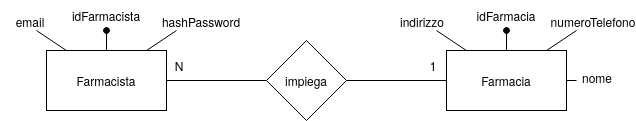
emanueledibella/Progetto-ing.-del-software keeps this draw.io diagram as Database/DatabaseFarmacia.drawio.png. Above is the earlier version. Source tidied: cells renumbered, new cells last; positions are measured from the earlier drawing's top-left corner, leaving out a move shared by most shapes. The source it was exported from:
```xml
<mxGraphModel background="#ffffff">
  <root>
    <mxCell id="0" />
    <mxCell id="1" parent="0" />
    <mxCell id="2" style="edgeStyle=orthogonalEdgeStyle;rounded=0;jettySize=auto;html=1;endArrow=none;endFill=0;" parent="1" edge="1" source="3" target="6">
      <mxGeometry relative="1" as="geometry" />
    </mxCell>
    <mxCell id="3" value="&lt;div&gt;Farmacista&lt;/div&gt;" style="rounded=0;whiteSpace=wrap;html=1;" parent="1" vertex="1">
      <mxGeometry x="46" y="50" width="120" height="60" as="geometry" />
    </mxCell>
    <mxCell id="4" value="Farmacia" style="rounded=0;whiteSpace=wrap;html=1;" parent="1" vertex="1">
      <mxGeometry x="446" y="50" width="120" height="60" as="geometry" />
    </mxCell>
    <mxCell id="5" style="edgeStyle=orthogonalEdgeStyle;rounded=0;jettySize=auto;html=1;endArrow=none;endFill=0;" parent="1" edge="1" source="6" target="4">
      <mxGeometry relative="1" as="geometry" />
    </mxCell>
    <mxCell id="6" value="impiega" style="rhombus;whiteSpace=wrap;html=1;" parent="1" vertex="1">
      <mxGeometry x="266" y="40" width="80" height="80" as="geometry" />
    </mxCell>
    <mxCell id="7" style="endArrow=oval;html=1;rounded=0;exitX=0.25;exitY=0;exitDx=0;exitDy=0;endFill=1;" parent="1" edge="1">
      <mxGeometry relative="1" as="geometry">
        <mxPoint x="506" y="50" as="sourcePoint" />
        <mxPoint x="506" y="30" as="targetPoint" />
      </mxGeometry>
    </mxCell>
    <mxCell id="8" value="idFarmacia" style="text;html=1;strokeColor=none;fillColor=none;align=center;verticalAlign=middle;whiteSpace=wrap;rounded=0;" parent="1" vertex="1">
      <mxGeometry x="476" width="60" height="30" as="geometry" />
    </mxCell>
    <mxCell id="9" style="endArrow=none;html=1;rounded=0;exitX=0.167;exitY=0.002;exitDx=0;exitDy=0;exitPerimeter=0;" parent="1" edge="1" source="4">
      <mxGeometry relative="1" as="geometry">
        <mxPoint x="436" y="30" as="targetPoint" />
      </mxGeometry>
    </mxCell>
    <mxCell id="10" value="indirizzo" style="text;html=1;strokeColor=none;fillColor=none;align=center;verticalAlign=middle;whiteSpace=wrap;rounded=0;" parent="1" vertex="1">
      <mxGeometry x="392" y="6" width="60" height="30" as="geometry" />
    </mxCell>
    <mxCell id="11" style="endArrow=none;html=1;rounded=0;" parent="1" edge="1">
      <mxGeometry relative="1" as="geometry">
        <mxPoint x="546" y="50" as="sourcePoint" />
        <mxPoint x="576" y="30" as="targetPoint" />
      </mxGeometry>
    </mxCell>
    <mxCell id="12" value="numeroTelefono" style="text;html=1;strokeColor=none;fillColor=none;align=center;verticalAlign=middle;whiteSpace=wrap;rounded=0;" parent="1" vertex="1">
      <mxGeometry x="563" y="6" width="60" height="30" as="geometry" />
    </mxCell>
    <mxCell id="13" style="endArrow=oval;html=1;rounded=0;exitX=0.25;exitY=0;exitDx=0;exitDy=0;endFill=1;" parent="1" edge="1">
      <mxGeometry relative="1" as="geometry">
        <mxPoint x="106" y="50" as="sourcePoint" />
        <mxPoint x="106" y="30" as="targetPoint" />
      </mxGeometry>
    </mxCell>
    <mxCell id="14" value="idFarmacista" style="text;html=1;strokeColor=none;fillColor=none;align=center;verticalAlign=middle;whiteSpace=wrap;rounded=0;" parent="1" vertex="1">
      <mxGeometry x="76" width="60" height="30" as="geometry" />
    </mxCell>
    <mxCell id="15" style="endArrow=none;html=1;rounded=0;exitX=0.167;exitY=0.002;exitDx=0;exitDy=0;exitPerimeter=0;" parent="1" edge="1">
      <mxGeometry relative="1" as="geometry">
        <mxPoint x="66" y="50.1" as="sourcePoint" />
        <mxPoint x="36" y="30" as="targetPoint" />
      </mxGeometry>
    </mxCell>
    <mxCell id="16" value="email" style="text;html=1;strokeColor=none;fillColor=none;align=center;verticalAlign=middle;whiteSpace=wrap;rounded=0;" parent="1" vertex="1">
      <mxGeometry y="6" width="60" height="30" as="geometry" />
    </mxCell>
    <mxCell id="17" style="endArrow=none;html=1;rounded=0;" parent="1" edge="1">
      <mxGeometry relative="1" as="geometry">
        <mxPoint x="146" y="50" as="sourcePoint" />
        <mxPoint x="176" y="30" as="targetPoint" />
      </mxGeometry>
    </mxCell>
    <mxCell id="18" value="hashPassword" style="text;html=1;strokeColor=none;fillColor=none;align=center;verticalAlign=middle;whiteSpace=wrap;rounded=0;" parent="1" vertex="1">
      <mxGeometry x="171" y="6" width="60" height="30" as="geometry" />
    </mxCell>
    <mxCell id="19" value="N" style="text;html=1;strokeColor=none;fillColor=none;align=center;verticalAlign=middle;whiteSpace=wrap;rounded=0;" parent="1" vertex="1">
      <mxGeometry x="149" y="50" width="60" height="30" as="geometry" />
    </mxCell>
    <mxCell id="20" value="1" style="text;html=1;strokeColor=none;fillColor=none;align=center;verticalAlign=middle;whiteSpace=wrap;rounded=0;" parent="1" vertex="1">
      <mxGeometry x="403" y="50" width="60" height="30" as="geometry" />
    </mxCell>
    <mxCell id="21" style="endArrow=none;html=1;rounded=0;exitX=1;exitY=0.5;exitDx=0;exitDy=0;" parent="1" edge="1" source="4">
      <mxGeometry relative="1" as="geometry">
        <mxPoint x="576" y="80" as="targetPoint" />
      </mxGeometry>
    </mxCell>
    <mxCell id="22" value="nome" style="text;html=1;strokeColor=none;fillColor=none;align=center;verticalAlign=middle;whiteSpace=wrap;rounded=0;" parent="1" vertex="1">
      <mxGeometry x="567" y="62" width="60" height="30" as="geometry" />
    </mxCell>
  </root>
</mxGraphModel>
```
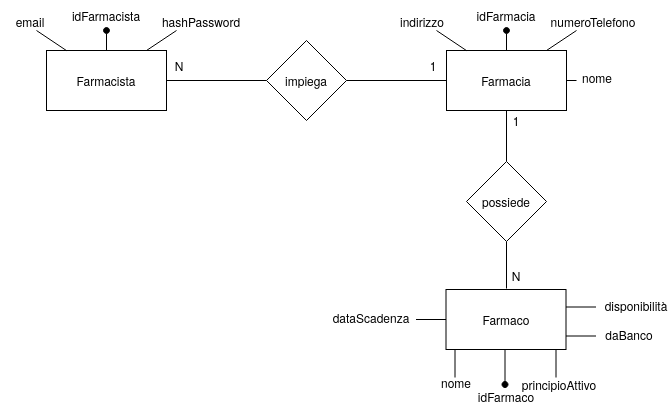
Later version of the same file.

Change to the diagram source:
```diff
@@ -84,5 +84,79 @@
     <mxCell id="22" value="nome" style="text;html=1;strokeColor=none;fillColor=none;align=center;verticalAlign=middle;whiteSpace=wrap;rounded=0;" parent="1" vertex="1">
       <mxGeometry x="567" y="62" width="60" height="30" as="geometry" />
     </mxCell>
+    <mxCell id="23" style="edgeStyle=orthogonalEdgeStyle;rounded=0;jettySize=auto;html=1;endArrow=none;endFill=0;" parent="1" edge="1" source="25">
+      <mxGeometry relative="1" as="geometry">
+        <mxPoint x="506" y="288" as="targetPoint" />
+      </mxGeometry>
+    </mxCell>
+    <mxCell id="24" style="edgeStyle=orthogonalEdgeStyle;rounded=0;jettySize=auto;html=1;endArrow=none;endFill=0;" parent="1" edge="1" source="25" target="4">
+      <mxGeometry relative="1" as="geometry" />
+    </mxCell>
+    <mxCell id="25" value="&lt;div&gt;possiede&lt;/div&gt;" style="rhombus;whiteSpace=wrap;html=1;" parent="1" vertex="1">
+      <mxGeometry x="466" y="161" width="80" height="80" as="geometry" />
+    </mxCell>
+    <mxCell id="26" value="1" style="text;html=1;strokeColor=none;fillColor=none;align=center;verticalAlign=middle;whiteSpace=wrap;rounded=0;" parent="1" vertex="1">
+      <mxGeometry x="486" y="105" width="60" height="30" as="geometry" />
+    </mxCell>
+    <mxCell id="27" value="N" style="text;html=1;strokeColor=none;fillColor=none;align=center;verticalAlign=middle;whiteSpace=wrap;rounded=0;" parent="1" vertex="1">
+      <mxGeometry x="486" y="260" width="60" height="30" as="geometry" />
+    </mxCell>
+    <mxCell id="28" value="Farmaco" style="rounded=0;whiteSpace=wrap;html=1;" parent="1" vertex="1">
+      <mxGeometry x="445.5" y="289" width="120" height="60" as="geometry" />
+    </mxCell>
+    <mxCell id="29" style="endArrow=none;html=1;rounded=0;endSize=6;jumpStyle=none;entryX=0.25;entryY=1;entryDx=0;entryDy=0;startArrow=oval;startFill=1;" parent="1" edge="1">
+      <mxGeometry relative="1" as="geometry">
+        <mxPoint x="504.5" y="384" as="sourcePoint" />
+        <mxPoint x="504.5" y="349" as="targetPoint" />
+      </mxGeometry>
+    </mxCell>
+    <mxCell id="30" value="idFarmaco" style="text;html=1;strokeColor=none;fillColor=none;align=center;verticalAlign=middle;whiteSpace=wrap;rounded=0;" parent="1" vertex="1">
+      <mxGeometry x="475.5" y="381" width="60" height="30" as="geometry" />
+    </mxCell>
+    <mxCell id="31" style="endArrow=none;html=1;rounded=0;endSize=6;jumpStyle=none;entryX=0.25;entryY=1;entryDx=0;entryDy=0;" parent="1" edge="1">
+      <mxGeometry relative="1" as="geometry">
+        <mxPoint x="454.5" y="377" as="sourcePoint" />
+        <mxPoint x="454.5" y="349" as="targetPoint" />
+      </mxGeometry>
+    </mxCell>
+    <mxCell id="32" value="nome" style="text;html=1;strokeColor=none;fillColor=none;align=center;verticalAlign=middle;whiteSpace=wrap;rounded=0;" parent="1" vertex="1">
+      <mxGeometry x="425.5" y="367" width="60" height="30" as="geometry" />
+    </mxCell>
+    <mxCell id="33" style="endArrow=none;html=1;rounded=0;endSize=6;jumpStyle=none;entryX=0.25;entryY=1;entryDx=0;entryDy=0;" parent="1" edge="1">
+      <mxGeometry relative="1" as="geometry">
+        <mxPoint x="555.5" y="377" as="sourcePoint" />
+        <mxPoint x="555.5" y="349" as="targetPoint" />
+      </mxGeometry>
+    </mxCell>
+    <mxCell id="34" value="principioAttivo" style="text;html=1;strokeColor=none;fillColor=none;align=center;verticalAlign=middle;whiteSpace=wrap;rounded=0;" parent="1" vertex="1">
+      <mxGeometry x="528.5" y="369" width="60" height="30" as="geometry" />
+    </mxCell>
+    <mxCell id="35" style="endArrow=none;html=1;rounded=0;endSize=6;jumpStyle=none;exitX=1;exitY=0.5;exitDx=0;exitDy=0;" parent="1" edge="1">
+      <mxGeometry relative="1" as="geometry">
+        <mxPoint x="415.5" y="319" as="sourcePoint" />
+        <mxPoint x="445.5" y="319" as="targetPoint" />
+      </mxGeometry>
+    </mxCell>
+    <mxCell id="36" value="dataScadenza" style="text;html=1;strokeColor=none;fillColor=none;align=center;verticalAlign=middle;whiteSpace=wrap;rounded=0;" parent="1" vertex="1">
+      <mxGeometry x="340.5" y="302" width="60" height="30" as="geometry" />
+    </mxCell>
+    <mxCell id="37" value="disponibilità" style="text;html=1;strokeColor=none;fillColor=none;align=center;verticalAlign=middle;whiteSpace=wrap;rounded=0;" parent="1" vertex="1">
+      <mxGeometry x="605.5" y="290" width="60" height="30" as="geometry" />
+    </mxCell>
+    <mxCell id="38" style="endArrow=none;html=1;rounded=0;endSize=6;jumpStyle=none;exitX=1;exitY=0.5;exitDx=0;exitDy=0;" parent="1" edge="1">
+      <mxGeometry relative="1" as="geometry">
+        <mxPoint x="565.5" y="306.5" as="sourcePoint" />
+        <mxPoint x="595.5" y="306.5" as="targetPoint" />
+      </mxGeometry>
+    </mxCell>
+    <mxCell id="39" value="&lt;div&gt;daBanco&lt;/div&gt;" style="text;html=1;strokeColor=none;fillColor=none;align=center;verticalAlign=middle;whiteSpace=wrap;rounded=0;" parent="1" vertex="1">
+      <mxGeometry x="598.5" y="319" width="60" height="30" as="geometry" />
+    </mxCell>
+    <mxCell id="40" style="endArrow=none;html=1;rounded=0;endSize=6;jumpStyle=none;exitX=1;exitY=0.5;exitDx=0;exitDy=0;" parent="1" edge="1">
+      <mxGeometry relative="1" as="geometry">
+        <mxPoint x="565.5" y="335.5" as="sourcePoint" />
+        <mxPoint x="595.5" y="335.5" as="targetPoint" />
+      </mxGeometry>
+    </mxCell>
   </root>
 </mxGraphModel>
```
